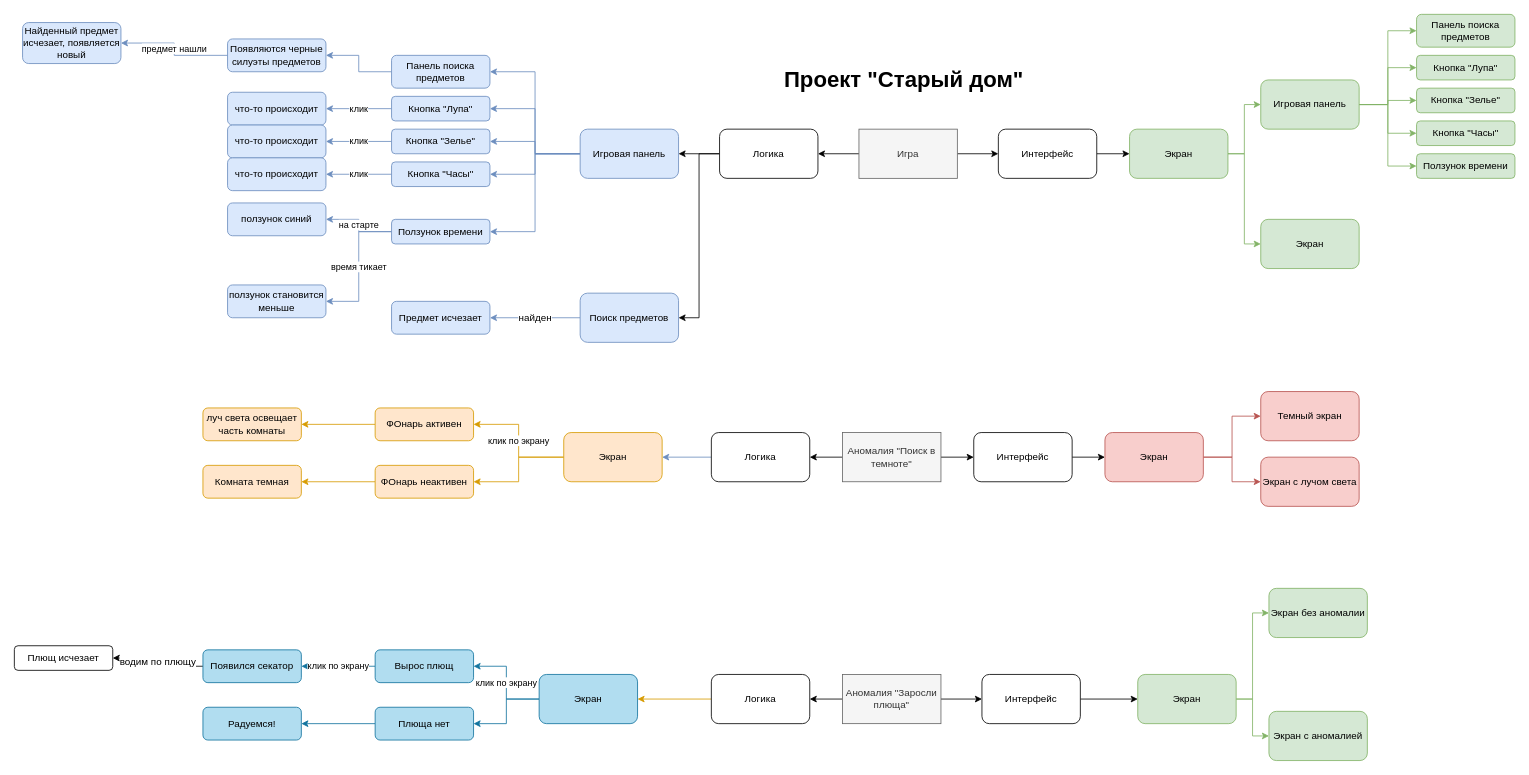
NatPopstar/Otus keeps this draw.io diagram as Hometask3/OTUS_task3_mind_map.drawio. Above is the earlier version. Source tidied: cells renumbered, new cells numbered last; positions are measured from the earlier drawing's top-left corner, leaving out a move shared by most shapes. Both pictures are drawn from the tidied source at 82%, with x=0, y=0 at pixel (14, 14).
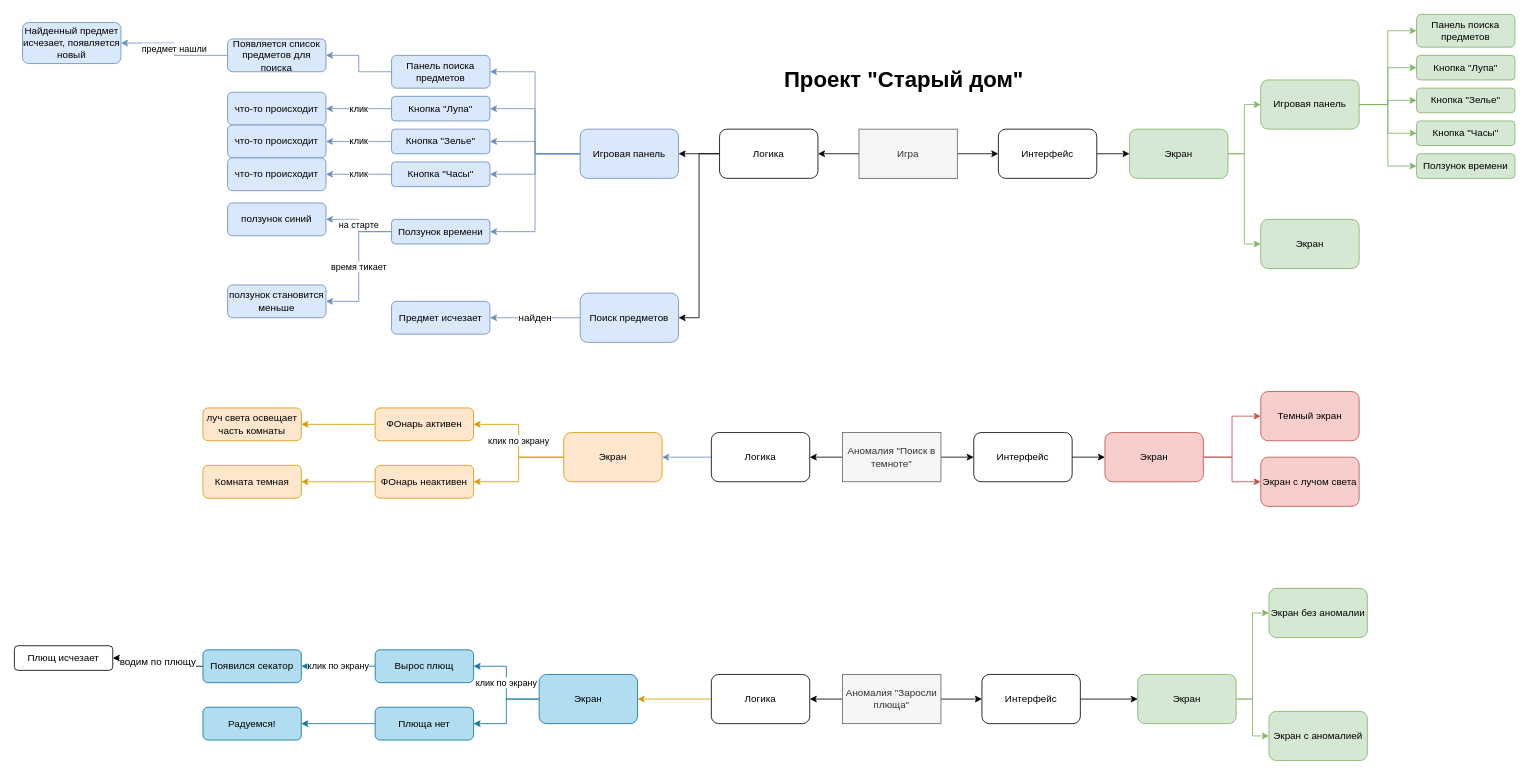
The same diagram, later.

Diff of the diagram source:
```diff
@@
-    <mxCell id="46" value="Появляются черные силуэты предметов" style="rounded=1;whiteSpace=wrap;html=1;fillColor=#dae8fc;strokeColor=#6c8ebf;" parent="1" vertex="1">
+    <mxCell id="46" value="Появляется список предметов для поиска" style="rounded=1;whiteSpace=wrap;html=1;fillColor=#dae8fc;strokeColor=#6c8ebf;" parent="1" vertex="1">
       <mxGeometry x="260" y="30" width="120" height="40" as="geometry" />
     </mxCell>
```
